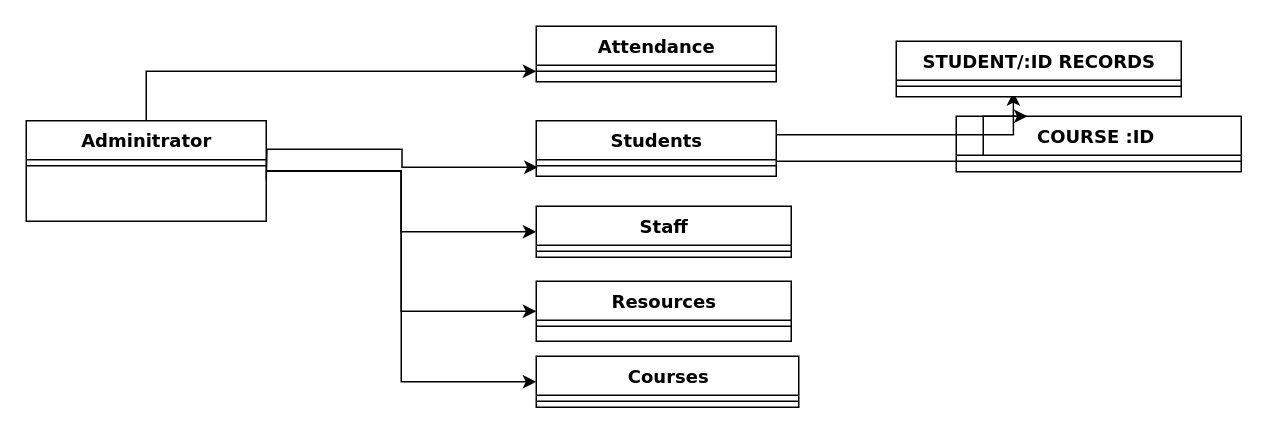
This is extra/Untitled Diagram.drawio from Laxman67/SchoolCool, a draw.io file, before an edit. Source tidied: cells renumbered, new cells numbered last; positions are measured from the earlier drawing's top-left corner, leaving out a move shared by most shapes. Both pictures are drawn from the tidied source at 150%, with x=0, y=0 at pixel (26, 26).
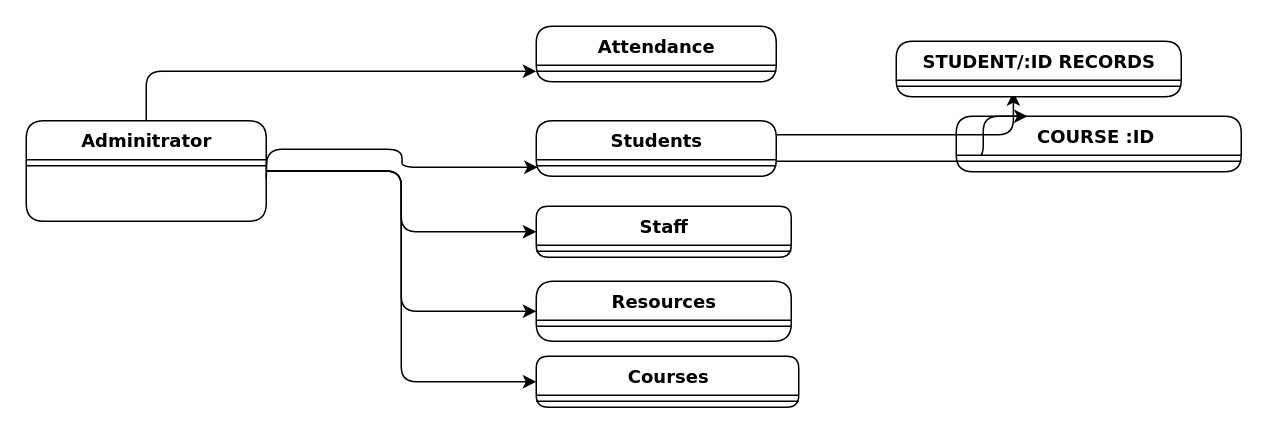
After the change.

Change to the diagram source:
```diff
@@
-    <mxCell id="2" style="edgeStyle=orthogonalEdgeStyle;rounded=0;jettySize=auto;html=1;entryX=0;entryY=0.5;entryDx=0;entryDy=0;" parent="1" edge="1" source="4" target="17">
+    <mxCell id="2" style="edgeStyle=orthogonalEdgeStyle;rounded=1;jettySize=auto;html=1;entryX=0;entryY=0.5;entryDx=0;entryDy=0;" parent="1" edge="1" source="4" target="17">
       <mxGeometry relative="1" as="geometry" />
     </mxCell>
-    <mxCell id="3" style="edgeStyle=orthogonalEdgeStyle;rounded=0;jettySize=auto;html=1;" parent="1" edge="1" source="4" target="20">
+    <mxCell id="3" style="edgeStyle=orthogonalEdgeStyle;rounded=1;jettySize=auto;html=1;" parent="1" edge="1" source="4" target="20">
       <mxGeometry relative="1" as="geometry" />
     </mxCell>
-    <mxCell id="4" value="Adminitrator" style="swimlane;html=1;fontStyle=1;align=center;verticalAlign=top;horizontal=1;startSize=26;swimlaneFillColor=#ffffff;rounded=0;shadow=0;comic=0;labelBackgroundColor=none;strokeWidth=1;fillColor=none;fontFamily=Verdana;fontSize=12;" parent="1" vertex="1">
+    <mxCell id="4" value="Adminitrator" style="swimlane;html=1;fontStyle=1;align=center;verticalAlign=top;horizontal=1;startSize=26;swimlaneFillColor=#ffffff;rounded=1;shadow=0;comic=0;labelBackgroundColor=none;strokeWidth=1;fillColor=none;fontFamily=Verdana;fontSize=12;" parent="1" vertex="1">
       <mxGeometry y="63" width="160" height="67" as="geometry" />
     </mxCell>
-    <mxCell id="5" style="line;html=1;strokeWidth=1;fillColor=none;align=left;verticalAlign=middle;spacingTop=-1;spacingLeft=3;spacingRight=3;labelPosition=right;" parent="4" vertex="1">
+    <mxCell id="5" style="line;html=1;strokeWidth=1;fillColor=none;align=left;verticalAlign=middle;spacingTop=-1;spacingLeft=3;spacingRight=3;labelPosition=right;rounded=1;" parent="4" vertex="1">
       <mxGeometry y="26" width="160" height="8" as="geometry" />
     </mxCell>
-    <mxCell id="6" style="edgeStyle=orthogonalEdgeStyle;rounded=0;jettySize=auto;html=1;entryX=0.411;entryY=1;entryDx=0;entryDy=0;entryPerimeter=0;exitX=1;exitY=0.25;exitDx=0;exitDy=0;" parent="1" edge="1" source="8" target="22">
+    <mxCell id="6" style="edgeStyle=orthogonalEdgeStyle;rounded=1;jettySize=auto;html=1;entryX=0.411;entryY=1;entryDx=0;entryDy=0;entryPerimeter=0;exitX=1;exitY=0.25;exitDx=0;exitDy=0;" parent="1" edge="1" source="8" target="22">
       <mxGeometry relative="1" as="geometry" />
     </mxCell>
-    <mxCell id="7" style="edgeStyle=orthogonalEdgeStyle;rounded=0;jettySize=auto;html=1;entryX=0.25;entryY=0;entryDx=0;entryDy=0;" parent="1" edge="1" source="8" target="23">
+    <mxCell id="7" style="edgeStyle=orthogonalEdgeStyle;rounded=1;jettySize=auto;html=1;entryX=0.25;entryY=0;entryDx=0;entryDy=0;" parent="1" edge="1" source="8" target="23">
       <mxGeometry relative="1" as="geometry">
         <Array as="points">
           <mxPoint x="638" y="90" />
         </Array>
       </mxGeometry>
     </mxCell>
-    <mxCell id="8" value="Students" style="swimlane;html=1;fontStyle=1;align=center;verticalAlign=top;horizontal=1;startSize=26;swimlaneFillColor=#ffffff;rounded=0;shadow=0;comic=0;labelBackgroundColor=none;strokeWidth=1;fillColor=none;fontFamily=Verdana;fontSize=12;" parent="1" vertex="1">
+    <mxCell id="8" value="Students" style="swimlane;html=1;fontStyle=1;align=center;verticalAlign=top;horizontal=1;startSize=26;swimlaneFillColor=#ffffff;rounded=1;shadow=0;comic=0;labelBackgroundColor=none;strokeWidth=1;fillColor=none;fontFamily=Verdana;fontSize=12;" parent="1" vertex="1">
       <mxGeometry x="340" y="63" width="160" height="37" as="geometry" />
     </mxCell>
-    <mxCell id="9" style="line;html=1;strokeWidth=1;fillColor=none;align=left;verticalAlign=middle;spacingTop=-1;spacingLeft=3;spacingRight=3;labelPosition=right;points=[];portConstraint=eastwest;" parent="8" vertex="1">
+    <mxCell id="9" style="line;html=1;strokeWidth=1;fillColor=none;align=left;verticalAlign=middle;spacingTop=-1;spacingLeft=3;spacingRight=3;labelPosition=right;points=[];portConstraint=eastwest;rounded=1;" parent="8" vertex="1">
       <mxGeometry y="26" width="160" height="8" as="geometry" />
     </mxCell>
-    <mxCell id="10" value="Staff" style="swimlane;html=1;fontStyle=1;align=center;verticalAlign=top;horizontal=1;startSize=26;swimlaneFillColor=#ffffff;rounded=0;shadow=0;comic=0;labelBackgroundColor=none;strokeWidth=1;fillColor=none;fontFamily=Verdana;fontSize=12;" parent="1" vertex="1">
+    <mxCell id="10" value="Staff" style="swimlane;html=1;fontStyle=1;align=center;verticalAlign=top;horizontal=1;startSize=26;swimlaneFillColor=#ffffff;rounded=1;shadow=0;comic=0;labelBackgroundColor=none;strokeWidth=1;fillColor=none;fontFamily=Verdana;fontSize=12;" parent="1" vertex="1">
       <mxGeometry x="340" y="120" width="170" height="34" as="geometry" />
     </mxCell>
-    <mxCell id="11" style="line;html=1;strokeWidth=1;fillColor=none;align=left;verticalAlign=middle;spacingTop=-1;spacingLeft=3;spacingRight=3;labelPosition=right;" parent="10" vertex="1">
+    <mxCell id="11" style="line;html=1;strokeWidth=1;fillColor=none;align=left;verticalAlign=middle;spacingTop=-1;spacingLeft=3;spacingRight=3;labelPosition=right;rounded=1;" parent="10" vertex="1">
       <mxGeometry y="26" width="170" height="8" as="geometry" />
     </mxCell>
-    <mxCell id="12" style="edgeStyle=orthogonalEdgeStyle;rounded=0;jettySize=auto;html=1;entryX=0.006;entryY=0.625;entryDx=0;entryDy=0;entryPerimeter=0;" parent="1" edge="1" target="9">
+    <mxCell id="12" style="edgeStyle=orthogonalEdgeStyle;rounded=1;jettySize=auto;html=1;entryX=0.006;entryY=0.625;entryDx=0;entryDy=0;entryPerimeter=0;" parent="1" edge="1" target="9">
       <mxGeometry relative="1" as="geometry">
         <mxPoint x="160" y="102" as="sourcePoint" />
       </mxGeometry>
     </mxCell>
-    <mxCell id="13" value="Resources" style="swimlane;html=1;fontStyle=1;align=center;verticalAlign=top;horizontal=1;startSize=26;swimlaneFillColor=#ffffff;rounded=0;shadow=0;comic=0;labelBackgroundColor=none;strokeWidth=1;fillColor=none;fontFamily=Verdana;fontSize=12;" parent="1" vertex="1">
+    <mxCell id="13" value="Resources" style="swimlane;html=1;fontStyle=1;align=center;verticalAlign=top;horizontal=1;startSize=26;swimlaneFillColor=#ffffff;rounded=1;shadow=0;comic=0;labelBackgroundColor=none;strokeWidth=1;fillColor=none;fontFamily=Verdana;fontSize=12;" parent="1" vertex="1">
       <mxGeometry x="340" y="170" width="170" height="40" as="geometry" />
     </mxCell>
-    <mxCell id="14" style="line;html=1;strokeWidth=1;fillColor=none;align=left;verticalAlign=middle;spacingTop=-1;spacingLeft=3;spacingRight=3;labelPosition=right;" parent="13" vertex="1">
+    <mxCell id="14" style="line;html=1;strokeWidth=1;fillColor=none;align=left;verticalAlign=middle;spacingTop=-1;spacingLeft=3;spacingRight=3;labelPosition=right;rounded=1;" parent="13" vertex="1">
       <mxGeometry y="26" width="170" height="8" as="geometry" />
     </mxCell>
-    <mxCell id="15" style="edgeStyle=orthogonalEdgeStyle;rounded=0;jettySize=auto;html=1;exitX=1;exitY=0.5;exitDx=0;exitDy=0;" parent="1" edge="1" source="4" target="10">
+    <mxCell id="15" style="edgeStyle=orthogonalEdgeStyle;rounded=1;jettySize=auto;html=1;exitX=1;exitY=0.5;exitDx=0;exitDy=0;" parent="1" edge="1" source="4" target="10">
       <mxGeometry relative="1" as="geometry" />
     </mxCell>
-    <mxCell id="16" style="edgeStyle=orthogonalEdgeStyle;rounded=0;jettySize=auto;html=1;entryX=0;entryY=0.5;entryDx=0;entryDy=0;exitX=1;exitY=0.5;exitDx=0;exitDy=0;" parent="1" edge="1" source="4" target="13">
+    <mxCell id="16" style="edgeStyle=orthogonalEdgeStyle;rounded=1;jettySize=auto;html=1;entryX=0;entryY=0.5;entryDx=0;entryDy=0;exitX=1;exitY=0.5;exitDx=0;exitDy=0;" parent="1" edge="1" source="4" target="13">
       <mxGeometry relative="1" as="geometry" />
     </mxCell>
-    <mxCell id="17" value="Courses" style="swimlane;html=1;fontStyle=1;align=center;verticalAlign=top;horizontal=1;startSize=26;swimlaneFillColor=#ffffff;rounded=0;shadow=0;comic=0;labelBackgroundColor=none;strokeWidth=1;fillColor=none;fontFamily=Verdana;fontSize=12;" parent="1" vertex="1">
+    <mxCell id="17" value="Courses" style="swimlane;html=1;fontStyle=1;align=center;verticalAlign=top;horizontal=1;startSize=26;swimlaneFillColor=#ffffff;rounded=1;shadow=0;comic=0;labelBackgroundColor=none;strokeWidth=1;fillColor=none;fontFamily=Verdana;fontSize=12;" parent="1" vertex="1">
       <mxGeometry x="340" y="220" width="175" height="34" as="geometry" />
     </mxCell>
-    <mxCell id="18" style="line;html=1;strokeWidth=1;fillColor=none;align=left;verticalAlign=middle;spacingTop=-1;spacingLeft=3;spacingRight=3;labelPosition=right;" parent="17" vertex="1">
+    <mxCell id="18" style="line;html=1;strokeWidth=1;fillColor=none;align=left;verticalAlign=middle;spacingTop=-1;spacingLeft=3;spacingRight=3;labelPosition=right;rounded=1;" parent="17" vertex="1">
       <mxGeometry y="26" width="175" height="8" as="geometry" />
     </mxCell>
-    <mxCell id="19" value="Attendance" style="swimlane;html=1;fontStyle=1;align=center;verticalAlign=top;horizontal=1;startSize=26;swimlaneFillColor=#ffffff;rounded=0;shadow=0;comic=0;labelBackgroundColor=none;strokeWidth=1;fillColor=none;fontFamily=Verdana;fontSize=12;" parent="1" vertex="1">
+    <mxCell id="19" value="Attendance" style="swimlane;html=1;fontStyle=1;align=center;verticalAlign=top;horizontal=1;startSize=26;swimlaneFillColor=#ffffff;rounded=1;shadow=0;comic=0;labelBackgroundColor=none;strokeWidth=1;fillColor=none;fontFamily=Verdana;fontSize=12;" parent="1" vertex="1">
       <mxGeometry x="340" width="160" height="37" as="geometry" />
     </mxCell>
-    <mxCell id="20" style="line;html=1;strokeWidth=1;fillColor=none;align=left;verticalAlign=middle;spacingTop=-1;spacingLeft=3;spacingRight=3;labelPosition=right;points=[];portConstraint=eastwest;" parent="19" vertex="1">
+    <mxCell id="20" style="line;html=1;strokeWidth=1;fillColor=none;align=left;verticalAlign=middle;spacingTop=-1;spacingLeft=3;spacingRight=3;labelPosition=right;points=[];portConstraint=eastwest;rounded=1;" parent="19" vertex="1">
       <mxGeometry y="26" width="160" height="8" as="geometry" />
     </mxCell>
-    <mxCell id="21" value="STUDENT/:ID RECORDS" style="swimlane;html=1;fontStyle=1;align=center;verticalAlign=top;horizontal=1;startSize=26;swimlaneFillColor=#ffffff;rounded=0;shadow=0;comic=0;labelBackgroundColor=none;strokeWidth=1;fillColor=none;fontFamily=Verdana;fontSize=12;" parent="1" vertex="1">
+    <mxCell id="21" value="STUDENT/:ID RECORDS" style="swimlane;html=1;fontStyle=1;align=center;verticalAlign=top;horizontal=1;startSize=26;swimlaneFillColor=#ffffff;rounded=1;shadow=0;comic=0;labelBackgroundColor=none;strokeWidth=1;fillColor=none;fontFamily=Verdana;fontSize=12;" parent="1" vertex="1">
       <mxGeometry x="580" y="10" width="190" height="37" as="geometry" />
     </mxCell>
-    <mxCell id="22" style="line;html=1;strokeWidth=1;fillColor=none;align=left;verticalAlign=middle;spacingTop=-1;spacingLeft=3;spacingRight=3;labelPosition=right;points=[];portConstraint=eastwest;" parent="21" vertex="1">
+    <mxCell id="22" style="line;html=1;strokeWidth=1;fillColor=none;align=left;verticalAlign=middle;spacingTop=-1;spacingLeft=3;spacingRight=3;labelPosition=right;points=[];portConstraint=eastwest;rounded=1;" parent="21" vertex="1">
       <mxGeometry y="26" width="190" height="8" as="geometry" />
     </mxCell>
-    <mxCell id="23" value="COURSE :ID&amp;nbsp;&lt;div&gt;&lt;br&gt;&lt;/div&gt;" style="swimlane;html=1;fontStyle=1;align=center;verticalAlign=top;horizontal=1;startSize=26;swimlaneFillColor=#ffffff;rounded=0;shadow=0;comic=0;labelBackgroundColor=none;strokeWidth=1;fillColor=none;fontFamily=Verdana;fontSize=12;" parent="1" vertex="1">
+    <mxCell id="23" value="COURSE :ID&amp;nbsp;&lt;div&gt;&lt;br&gt;&lt;/div&gt;" style="swimlane;html=1;fontStyle=1;align=center;verticalAlign=top;horizontal=1;startSize=26;swimlaneFillColor=#ffffff;rounded=1;shadow=0;comic=0;labelBackgroundColor=none;strokeWidth=1;fillColor=none;fontFamily=Verdana;fontSize=12;" parent="1" vertex="1">
       <mxGeometry x="620" y="60" width="190" height="37" as="geometry" />
     </mxCell>
-    <mxCell id="24" style="line;html=1;strokeWidth=1;fillColor=none;align=left;verticalAlign=middle;spacingTop=-1;spacingLeft=3;spacingRight=3;labelPosition=right;" parent="23" vertex="1">
+    <mxCell id="24" style="line;html=1;strokeWidth=1;fillColor=none;align=left;verticalAlign=middle;spacingTop=-1;spacingLeft=3;spacingRight=3;labelPosition=right;rounded=1;" parent="23" vertex="1">
       <mxGeometry y="26" width="190" height="8" as="geometry" />
     </mxCell>
```
